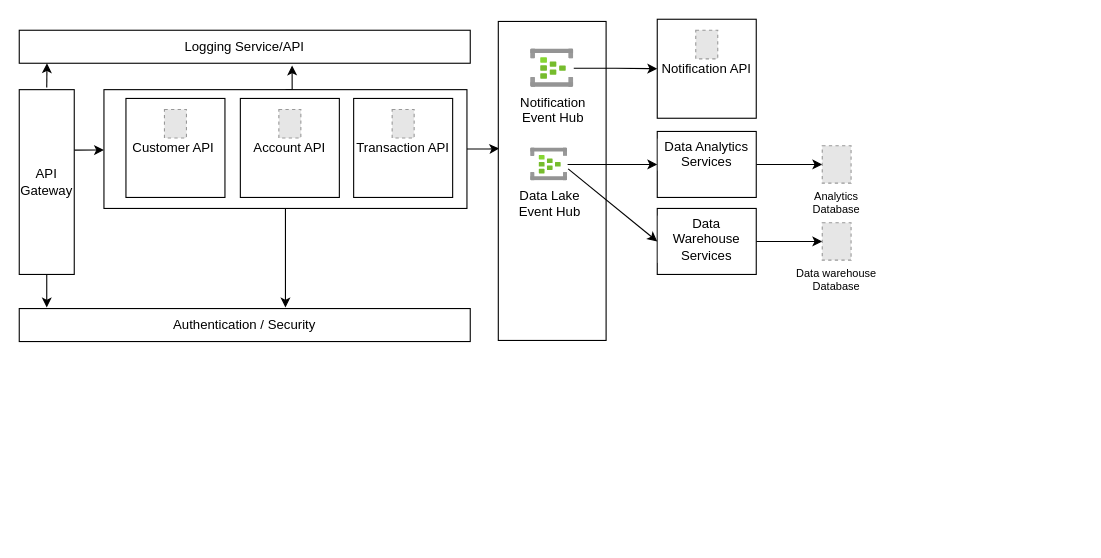
The draw.io diagram Untitled Diagram.drawio in svgharmode05/MyProjects, before the edit. Source tidied: cells renumbered, new cells numbered last; positions are measured from the earlier drawing's top-left corner, leaving out a move shared by most shapes. Both pictures are drawn from the tidied source at 110%, with x=0, y=0 at pixel (19, 19). Pictures stored in the file or linked from it are replaced by grey dashed boxes.
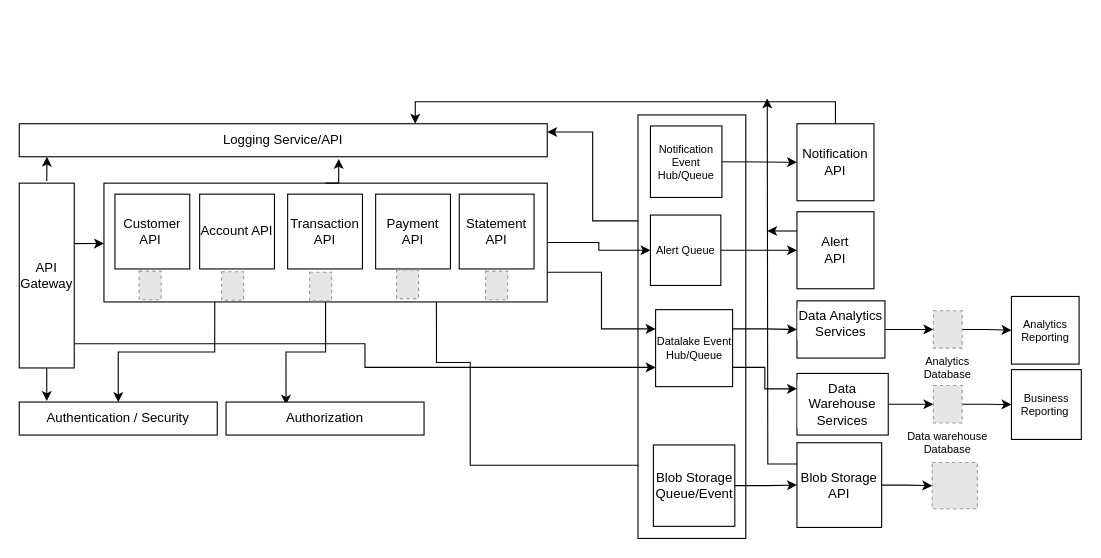
Above is the later version.

The edit, as a diff of the source:
```diff
@@
+    <mxCell id="32" style="edgeStyle=orthogonalEdgeStyle;rounded=0;jettySize=auto;html=1;exitX=0.5;exitY=1;exitDx=0;exitDy=0;entryX=0.303;entryY=0.078;entryDx=0;entryDy=0;entryPerimeter=0;fontSize=10;" parent="1" edge="1" source="10" target="48">
+      <mxGeometry relative="1" as="geometry" />
+    </mxCell>
+    <mxCell id="33" style="edgeStyle=orthogonalEdgeStyle;rounded=0;jettySize=auto;html=1;exitX=0.75;exitY=1;exitDx=0;exitDy=0;entryX=0;entryY=0.25;entryDx=0;entryDy=0;fontSize=10;" parent="1" edge="1" source="10" target="50">
+      <mxGeometry relative="1" as="geometry">
+        <Array as="points">
+          <mxPoint x="379" y="312" />
+          <mxPoint x="410" y="312" />
+          <mxPoint x="410" y="406" />
+        </Array>
+      </mxGeometry>
+    </mxCell>
+    <mxCell id="10" style="rounded=0;whiteSpace=wrap;html=1;" parent="1" vertex="1">
+      <mxGeometry x="77" y="149" width="403" height="108" as="geometry" />
+    </mxCell>
+    <mxCell id="20" style="rounded=0;whiteSpace=wrap;html=1;fontSize=10;" parent="1" vertex="1">
+      <mxGeometry x="562.5" y="87" width="98" height="385" as="geometry" />
+    </mxCell>
@@
+    <mxCell id="34" style="edgeStyle=orthogonalEdgeStyle;rounded=0;jettySize=auto;html=1;exitX=1;exitY=0.869;exitDx=0;exitDy=0;fontSize=10;entryX=0;entryY=0.75;entryDx=0;entryDy=0;exitPerimeter=0;" parent="1" edge="1" source="3" target="44">
+      <mxGeometry relative="1" as="geometry" />
+    </mxCell>
     <mxCell id="3" value="API Gateway" style="rounded=0;whiteSpace=wrap;html=1;" parent="1" vertex="1">
-      <mxGeometry y="64" width="50" height="168" as="geometry" />
+      <mxGeometry y="149" width="50" height="168" as="geometry" />
     </mxCell>
     <mxCell id="4" value="Authentication / Security" style="rounded=0;whiteSpace=wrap;html=1;" parent="1" vertex="1">
-      <mxGeometry y="263" width="410" height="30" as="geometry" />
+      <mxGeometry y="348" width="180" height="30" as="geometry" />
     </mxCell>
     <mxCell id="5" value="Logging Service/API" style="rounded=0;whiteSpace=wrap;html=1;" parent="1" vertex="1">
-      <mxGeometry y="10" width="410" height="30" as="geometry" />
+      <mxGeometry y="95" width="480" height="30" as="geometry" />
     </mxCell>
     <mxCell id="6" style="endArrow=classic;html=1;rounded=0;entryX=0.076;entryY=0.933;entryDx=0;entryDy=0;entryPerimeter=0;" parent="1" edge="1">
       <mxGeometry relative="1" as="geometry">
-        <mxPoint x="25" y="62" as="sourcePoint" />
-        <mxPoint x="25.2" y="40" as="targetPoint" />
+        <mxPoint x="25" y="147" as="sourcePoint" />
+        <mxPoint x="25.2" y="125" as="targetPoint" />
       </mxGeometry>
     </mxCell>
@@
-    <mxCell id="8" style="edgeStyle=orthogonalEdgeStyle;rounded=0;jettySize=auto;html=1;exitX=0.5;exitY=1;exitDx=0;exitDy=0;" parent="1" edge="1" source="10">
-      <mxGeometry relative="1" as="geometry">
-        <mxPoint x="242" y="262" as="targetPoint" />
-      </mxGeometry>
+    <mxCell id="8" style="edgeStyle=orthogonalEdgeStyle;rounded=0;jettySize=auto;html=1;exitX=0.25;exitY=1;exitDx=0;exitDy=0;entryX=0.5;entryY=0;entryDx=0;entryDy=0;" parent="1" edge="1" source="10" target="4">
+      <mxGeometry relative="1" as="geometry" />
     </mxCell>
-    <mxCell id="9" style="edgeStyle=orthogonalEdgeStyle;rounded=0;jettySize=auto;html=1;fontSize=10;entryX=0.009;entryY=0.398;entryDx=0;entryDy=0;entryPerimeter=0;" parent="1" edge="1" source="10" target="20">
-      <mxGeometry relative="1" as="geometry" />
-    </mxCell>
-    <mxCell id="10" style="rounded=0;whiteSpace=wrap;html=1;" parent="1" vertex="1">
-      <mxGeometry x="77" y="64" width="330" height="108" as="geometry" />
-    </mxCell>
+    <mxCell id="35" style="edgeStyle=orthogonalEdgeStyle;rounded=0;jettySize=auto;html=1;exitX=1;exitY=0.5;exitDx=0;exitDy=0;entryX=0;entryY=0.5;entryDx=0;entryDy=0;fontSize=10;" parent="1" edge="1" source="10" target="41">
+      <mxGeometry relative="1" as="geometry" />
+    </mxCell>
     <mxCell id="11" value="Customer API&amp;nbsp;" style="whiteSpace=wrap;html=1;" parent="1" vertex="1">
-      <mxGeometry x="97" y="72" width="90" height="90" as="geometry" />
+      <mxGeometry x="87" y="159" width="68" height="68" as="geometry" />
     </mxCell>
     <mxCell id="12" value="Account API" style="whiteSpace=wrap;html=1;" parent="1" vertex="1">
-      <mxGeometry x="201" y="72" width="90" height="90" as="geometry" />
+      <mxGeometry x="164" y="159" width="68" height="68" as="geometry" />
     </mxCell>
     <mxCell id="13" value="Transaction API" style="whiteSpace=wrap;html=1;" parent="1" vertex="1">
-      <mxGeometry x="304" y="72" width="90" height="90" as="geometry" />
+      <mxGeometry x="244" y="159" width="68" height="68" as="geometry" />
     </mxCell>
     <mxCell id="14" style="endArrow=classic;html=1;rounded=0;exitX=0.5;exitY=1;exitDx=0;exitDy=0;" parent="1" edge="1" source="3">
       <mxGeometry relative="1" as="geometry">
-        <mxPoint x="25" y="262" as="targetPoint" />
+        <mxPoint x="25" y="347" as="targetPoint" />
       </mxGeometry>
     </mxCell>
     <mxCell id="15" style="fillColor=#E6E6E6;strokeColor=#999999;dashed=1;verticalLabelPosition=bottom;labelBackgroundColor=#ffffff;verticalAlign=top;" parent="1" vertex="1">
-      <mxGeometry x="132" y="82" width="20" height="26" as="geometry" />
+      <mxGeometry x="109" y="229" width="20" height="26" as="geometry" />
     </mxCell>
     <mxCell id="16" style="fillColor=#E6E6E6;strokeColor=#999999;dashed=1;verticalLabelPosition=bottom;labelBackgroundColor=#ffffff;verticalAlign=top;" parent="1" vertex="1">
-      <mxGeometry x="236" y="82" width="20" height="26" as="geometry" />
+      <mxGeometry x="184" y="229.5" width="20" height="26" as="geometry" />
     </mxCell>
     <mxCell id="17" style="fillColor=#E6E6E6;strokeColor=#999999;dashed=1;verticalLabelPosition=bottom;labelBackgroundColor=#ffffff;verticalAlign=top;" parent="1" vertex="1">
-      <mxGeometry x="339" y="82" width="20" height="26" as="geometry" />
+      <mxGeometry x="264" y="230" width="20" height="26" as="geometry" />
     </mxCell>
+    <mxCell id="36" style="edgeStyle=orthogonalEdgeStyle;rounded=0;jettySize=auto;html=1;exitX=0.5;exitY=0;exitDx=0;exitDy=0;entryX=0.75;entryY=0;entryDx=0;entryDy=0;fontSize=10;" parent="1" edge="1" source="18" target="5">
+      <mxGeometry relative="1" as="geometry" />
+    </mxCell>
     <mxCell id="18" value="Notification API" style="whiteSpace=wrap;html=1;" parent="1" vertex="1">
-      <mxGeometry x="580" width="90" height="90" as="geometry" />
+      <mxGeometry x="707" y="95" width="70" height="70" as="geometry" />
     </mxCell>
-    <mxCell id="19" style="fillColor=#E6E6E6;strokeColor=#999999;dashed=1;verticalLabelPosition=bottom;labelBackgroundColor=#ffffff;verticalAlign=top;" parent="1" vertex="1">
-      <mxGeometry x="615" y="10" width="20" height="26" as="geometry" />
-    </mxCell>
-    <mxCell id="20" style="rounded=0;whiteSpace=wrap;html=1;fontSize=10;" parent="1" vertex="1">
-      <mxGeometry x="435.5" y="2" width="98" height="290" as="geometry" />
-    </mxCell>
+    <mxCell id="37" style="edgeStyle=orthogonalEdgeStyle;rounded=0;jettySize=auto;html=1;exitX=0;exitY=0.25;exitDx=0;exitDy=0;entryX=1;entryY=0.25;entryDx=0;entryDy=0;fontSize=10;" parent="1" edge="1" source="20" target="5">
+      <mxGeometry relative="1" as="geometry" />
+    </mxCell>
-    <mxCell id="21" style="edgeStyle=orthogonalEdgeStyle;rounded=0;jettySize=auto;html=1;fontSize=10;entryX=0;entryY=0.5;entryDx=0;entryDy=0;" parent="1" edge="1" source="22" target="18">
-      <mxGeometry relative="1" as="geometry" />
+    <mxCell id="21" style="edgeStyle=orthogonalEdgeStyle;rounded=0;jettySize=auto;html=1;fontSize=10;entryX=0;entryY=0.5;entryDx=0;entryDy=0;" parent="1" edge="1" target="18">
+      <mxGeometry relative="1" as="geometry">
+        <mxPoint x="631.1" y="129.5" as="sourcePoint" />
+      </mxGeometry>
     </mxCell>
-    <mxCell id="22" value="Notification &lt;br&gt;Event Hub" style="html=1;points=[];align=center;image;fontSize=12;image=img/lib/azure2/analytics/Event_Hubs.svg;" parent="1" vertex="1">
-      <mxGeometry x="465" y="27" width="39.1" height="35" as="geometry" />
-    </mxCell>
-    <mxCell id="23" style="edgeStyle=orthogonalEdgeStyle;rounded=0;jettySize=auto;html=1;fontSize=10;" parent="1" edge="1" source="24" target="26">
+    <mxCell id="23" style="edgeStyle=orthogonalEdgeStyle;rounded=0;jettySize=auto;html=1;fontSize=10;exitX=1;exitY=0.25;exitDx=0;exitDy=0;entryX=0;entryY=0.5;entryDx=0;entryDy=0;" parent="1" edge="1" source="44" target="26">
       <mxGeometry relative="1" as="geometry" />
     </mxCell>
-    <mxCell id="24" value="Data Lake&lt;br&gt;Event Hub" style="html=1;points=[];align=center;image;fontSize=12;image=img/lib/azure2/analytics/Event_Hubs.svg;" parent="1" vertex="1">
-      <mxGeometry x="465" y="117" width="33.5" height="30" as="geometry" />
-    </mxCell>
@@
     <mxCell id="26" value="Data Analytics Services" style="whiteSpace=wrap;html=1;verticalAlign=top;labelBackgroundColor=default;" parent="1" vertex="1">
-      <mxGeometry x="580" y="102" width="90" height="60" as="geometry" />
+      <mxGeometry x="707" y="256" width="80" height="52" as="geometry" />
     </mxCell>
@@
     <mxCell id="28" value="Data Warehouse Services" style="whiteSpace=wrap;html=1;verticalAlign=top;labelBackgroundColor=default;" parent="1" vertex="1">
-      <mxGeometry x="580" y="172" width="90" height="60" as="geometry" />
+      <mxGeometry x="707" y="322" width="83" height="56" as="geometry" />
     </mxCell>
-    <mxCell id="29" style="endArrow=classic;html=1;rounded=0;fontSize=10;entryX=0;entryY=0.5;entryDx=0;entryDy=0;exitX=1.015;exitY=0.633;exitDx=0;exitDy=0;exitPerimeter=0;" parent="1" edge="1" source="24" target="28">
-      <mxGeometry relative="1" as="geometry" />
-    </mxCell>
+    <mxCell id="38" style="edgeStyle=orthogonalEdgeStyle;rounded=0;jettySize=auto;html=1;entryX=0;entryY=0.5;entryDx=0;entryDy=0;fontSize=10;" parent="1" edge="1" source="30" target="45">
+      <mxGeometry relative="1" as="geometry" />
+    </mxCell>
     <mxCell id="30" value="Data warehouse &#10;Database" style="fillColor=#E6E6E6;strokeColor=#999999;dashed=1;verticalLabelPosition=bottom;labelBackgroundColor=#ffffff;verticalAlign=top;fontSize=10;" parent="1" vertex="1">
-      <mxGeometry x="730" y="185" width="26.2" height="34" as="geometry" />
+      <mxGeometry x="831" y="333" width="26.2" height="34" as="geometry" />
     </mxCell>
+    <mxCell id="39" style="edgeStyle=orthogonalEdgeStyle;rounded=0;jettySize=auto;html=1;entryX=0;entryY=0.5;entryDx=0;entryDy=0;fontSize=10;" parent="1" edge="1" source="31" target="60">
+      <mxGeometry relative="1" as="geometry" />
+    </mxCell>
     <mxCell id="31" value="Analytics&#10;Database" style="fillColor=#E6E6E6;strokeColor=#999999;dashed=1;verticalLabelPosition=bottom;labelBackgroundColor=#ffffff;verticalAlign=top;fontSize=10;" parent="1" vertex="1">
-      <mxGeometry x="730" y="115" width="26.2" height="34" as="geometry" />
+      <mxGeometry x="831" y="265" width="26.2" height="34" as="geometry" />
     </mxCell>
+    <mxCell id="40" style="edgeStyle=orthogonalEdgeStyle;rounded=0;jettySize=auto;html=1;exitX=1;exitY=0.5;exitDx=0;exitDy=0;entryX=0;entryY=0.5;entryDx=0;entryDy=0;fontSize=10;" parent="1" edge="1" source="41" target="57">
+      <mxGeometry relative="1" as="geometry" />
+    </mxCell>
+    <mxCell id="41" value="Alert Queue" style="whiteSpace=wrap;html=1;fontSize=10;" parent="1" vertex="1">
+      <mxGeometry x="573.8" y="178" width="64" height="64" as="geometry" />
+    </mxCell>
+    <mxCell id="42" value="Notification Event Hub/Queue" style="whiteSpace=wrap;html=1;fontSize=10;" parent="1" vertex="1">
+      <mxGeometry x="573.8" y="97" width="65" height="65" as="geometry" />
+    </mxCell>
+    <mxCell id="43" style="edgeStyle=orthogonalEdgeStyle;rounded=0;jettySize=auto;html=1;exitX=1;exitY=0.75;exitDx=0;exitDy=0;entryX=0;entryY=0.25;entryDx=0;entryDy=0;fontSize=10;" parent="1" edge="1" source="44" target="28">
+      <mxGeometry relative="1" as="geometry" />
+    </mxCell>
+    <mxCell id="44" value="Datalake Event Hub/Queue" style="whiteSpace=wrap;html=1;fontSize=10;" parent="1" vertex="1">
+      <mxGeometry x="578.5" y="264" width="70" height="70" as="geometry" />
+    </mxCell>
+    <mxCell id="45" value="Business Reporting&amp;nbsp;" style="whiteSpace=wrap;html=1;fontSize=10;" parent="1" vertex="1">
+      <mxGeometry x="902" y="318.5" width="63.5" height="63.5" as="geometry" />
+    </mxCell>
+    <mxCell id="46" value="Payment API" style="whiteSpace=wrap;html=1;" parent="1" vertex="1">
+      <mxGeometry x="324" y="159" width="68" height="68" as="geometry" />
+    </mxCell>
+    <mxCell id="47" style="fillColor=#E6E6E6;strokeColor=#999999;dashed=1;verticalLabelPosition=bottom;labelBackgroundColor=#ffffff;verticalAlign=top;" parent="1" vertex="1">
+      <mxGeometry x="343" y="228" width="20" height="26" as="geometry" />
+    </mxCell>
+    <mxCell id="48" value="Authorization" style="rounded=0;whiteSpace=wrap;html=1;" parent="1" vertex="1">
+      <mxGeometry x="188" y="348" width="180" height="30" as="geometry" />
+    </mxCell>
+    <mxCell id="49" style="edgeStyle=orthogonalEdgeStyle;rounded=0;jettySize=auto;html=1;exitX=1;exitY=0.5;exitDx=0;exitDy=0;fontSize=10;" parent="1" edge="1" source="50" target="53">
+      <mxGeometry relative="1" as="geometry" />
+    </mxCell>
+    <mxCell id="50" value="Blob Storage Queue/Event" style="whiteSpace=wrap;html=1;" parent="1" vertex="1">
+      <mxGeometry x="576.5" y="387" width="74" height="74" as="geometry" />
+    </mxCell>
+    <mxCell id="51" style="edgeStyle=orthogonalEdgeStyle;rounded=0;jettySize=auto;html=1;exitX=1;exitY=0.5;exitDx=0;exitDy=0;fontSize=10;" parent="1" edge="1" source="53" target="54">
+      <mxGeometry relative="1" as="geometry" />
+    </mxCell>
+    <mxCell id="52" style="edgeStyle=orthogonalEdgeStyle;rounded=0;jettySize=auto;html=1;exitX=0;exitY=0.25;exitDx=0;exitDy=0;fontSize=10;" parent="1" edge="1" source="53">
+      <mxGeometry relative="1" as="geometry">
+        <mxPoint x="680" y="72" as="targetPoint" />
+      </mxGeometry>
+    </mxCell>
+    <mxCell id="53" value="Blob Storage API" style="whiteSpace=wrap;html=1;" parent="1" vertex="1">
+      <mxGeometry x="707" y="385" width="77" height="77" as="geometry" />
+    </mxCell>
+    <mxCell id="54" style="fillColor=#E6E6E6;strokeColor=#999999;dashed=1;verticalLabelPosition=bottom;labelBackgroundColor=#ffffff;verticalAlign=top;fontSize=10;" parent="1" vertex="1">
+      <mxGeometry x="830" y="403" width="41" height="42" as="geometry" />
+    </mxCell>
+    <mxCell id="55" style="edgeStyle=orthogonalEdgeStyle;rounded=0;jettySize=auto;html=1;exitX=1;exitY=0.75;exitDx=0;exitDy=0;entryX=0;entryY=0.25;entryDx=0;entryDy=0;fontSize=10;" parent="1" edge="1" source="10" target="44">
+      <mxGeometry relative="1" as="geometry" />
+    </mxCell>
+    <mxCell id="56" style="edgeStyle=orthogonalEdgeStyle;rounded=0;jettySize=auto;html=1;exitX=0;exitY=0.25;exitDx=0;exitDy=0;fontSize=10;" parent="1" edge="1" source="57">
+      <mxGeometry relative="1" as="geometry">
+        <mxPoint x="680" y="193" as="targetPoint" />
+      </mxGeometry>
+    </mxCell>
+    <mxCell id="57" value="Alert &lt;br&gt;API" style="whiteSpace=wrap;html=1;" parent="1" vertex="1">
+      <mxGeometry x="707" y="175" width="70" height="70" as="geometry" />
+    </mxCell>
+    <mxCell id="58" value="Statement API" style="whiteSpace=wrap;html=1;" parent="1" vertex="1">
+      <mxGeometry x="400" y="159" width="68" height="68" as="geometry" />
+    </mxCell>
+    <mxCell id="59" style="fillColor=#E6E6E6;strokeColor=#999999;dashed=1;verticalLabelPosition=bottom;labelBackgroundColor=#ffffff;verticalAlign=top;" parent="1" vertex="1">
+      <mxGeometry x="424" y="229" width="20" height="26" as="geometry" />
+    </mxCell>
+    <mxCell id="60" value="Analytics Reporting" style="whiteSpace=wrap;html=1;fontSize=10;" parent="1" vertex="1">
+      <mxGeometry x="902" y="252" width="61.5" height="61.5" as="geometry" />
+    </mxCell>
```
